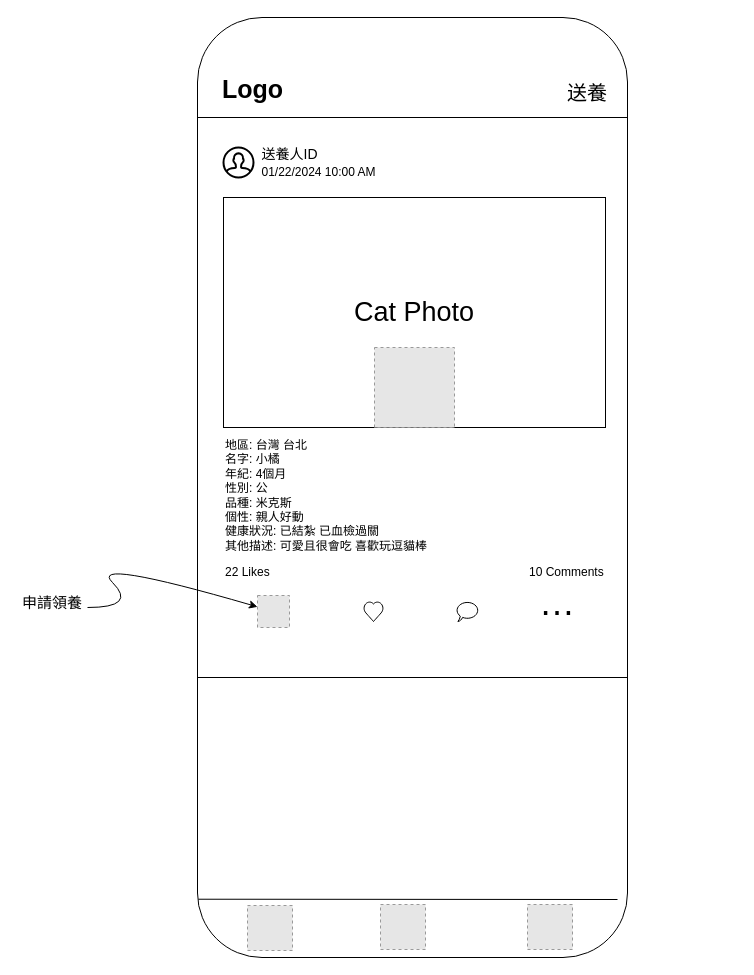
Before: page "領養頁面" (3 of 6) of MyApps/PetAdotion.drawio in vinceliao99/MyDiagrams, a draw.io diagram. Source tidied: cells renumbered, new cells numbered last; positions are measured from the earlier drawing's top-left corner, leaving out a move shared by most shapes. Both pictures are drawn from the tidied source at 100%, with x=0, y=0 at pixel (17, 17). Pictures stored in the file or linked from it are replaced by grey dashed boxes.
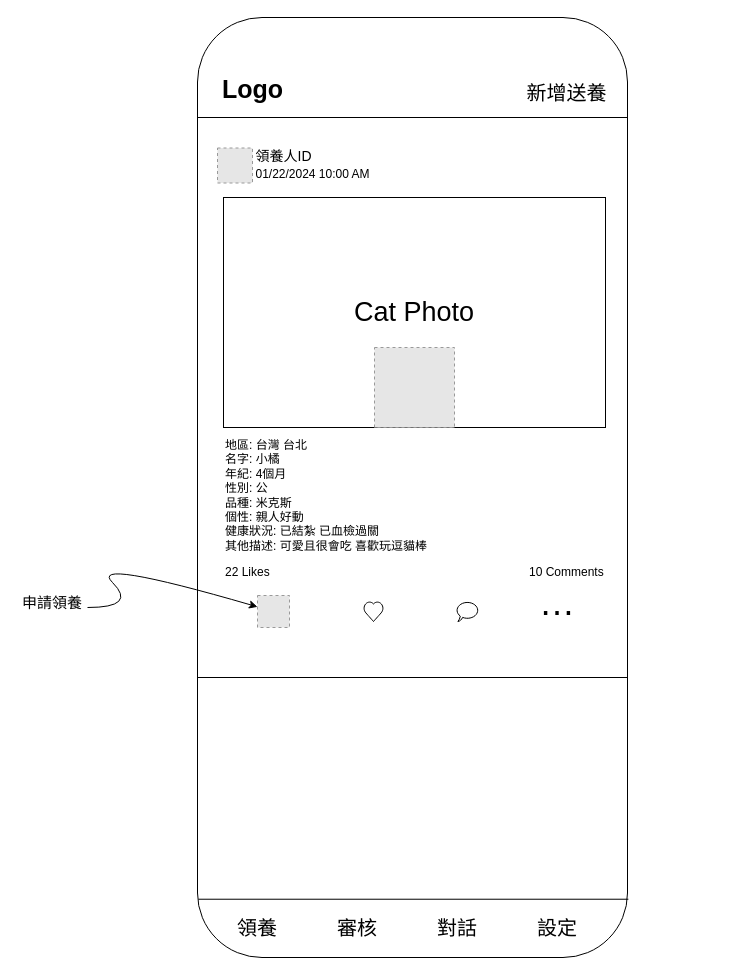
After the change.

The change refers to these unchanged cells:
```xml
<mxCell id="2" style="rounded=1;whiteSpace=wrap;html=1;" parent="1" vertex="1">
  <mxGeometry x="180" width="430" height="940" as="geometry" />
</mxCell>
<mxCell id="4" style="group;" parent="1" vertex="1">
  <mxGeometry x="180" y="100" width="540" height="610" as="geometry" />
</mxCell>
<mxCell id="21" style="group;" parent="1" vertex="1">
  <mxGeometry x="210" y="882" width="390" height="55" as="geometry" />
</mxCell>
```

Change to the diagram source:
```diff
@@
-    <mxCell id="7" style="group;" parent="4" vertex="1">
-      <mxGeometry x="26" y="22" width="160" height="48" as="geometry" />
-    </mxCell>
-    <mxCell id="8" style="html=1;verticalLabelPosition=bottom;align=center;labelBackgroundColor=#ffffff;verticalAlign=top;strokeWidth=2;strokeColor=#000000;shadow=0;dashed=0;shape=mxgraph.ios7.icons.user;" parent="7" vertex="1">
-      <mxGeometry y="8" width="30" height="30" as="geometry" />
-    </mxCell>
-    <mxCell id="9" value="&lt;span style=&quot;font-size: 14px;&quot;&gt;送養人ID&lt;/span&gt;" style="text;html=1;strokeColor=none;fillColor=none;align=center;verticalAlign=middle;whiteSpace=wrap;rounded=0;" parent="7" vertex="1">
-      <mxGeometry x="32" width="69" height="30" as="geometry" />
-    </mxCell>
-    <mxCell id="10" value="01/22/2024 10:00 AM" style="text;html=1;strokeColor=none;fillColor=none;align=center;verticalAlign=middle;whiteSpace=wrap;rounded=0;" parent="7" vertex="1">
-      <mxGeometry x="31" y="18" width="129" height="30" as="geometry" />
-    </mxCell>
@@
+    <mxCell id="26" value="&lt;font style=&quot;font-size: 20px;&quot;&gt;領養&lt;/font&gt;" style="text;html=1;strokeColor=none;fillColor=none;align=center;verticalAlign=middle;whiteSpace=wrap;rounded=0;" parent="1" vertex="1">
+      <mxGeometry x="210" y="894.5" width="60" height="30" as="geometry" />
+    </mxCell>
+    <mxCell id="27" style="group;" parent="1" vertex="1">
+      <mxGeometry x="200" y="124" width="160" height="48" as="geometry" />
+    </mxCell>
+    <mxCell id="28" value="&lt;span style=&quot;font-size: 14px;&quot;&gt;領養人ID&lt;/span&gt;" style="text;html=1;strokeColor=none;fillColor=none;align=center;verticalAlign=middle;whiteSpace=wrap;rounded=0;" parent="27" vertex="1">
+      <mxGeometry x="32" width="69" height="30" as="geometry" />
+    </mxCell>
+    <mxCell id="10" value="01/22/2024 10:00 AM" style="text;html=1;strokeColor=none;fillColor=none;align=center;verticalAlign=middle;whiteSpace=wrap;rounded=0;" parent="27" vertex="1">
+      <mxGeometry x="31" y="18" width="129" height="30" as="geometry" />
+    </mxCell>
+    <mxCell id="29" style="fillColor=#E6E6E6;strokeColor=#999999;dashed=1;verticalLabelPosition=bottom;labelBackgroundColor=default;verticalAlign=top;" parent="27" vertex="1">
+      <mxGeometry y="6.5" width="35" height="35" as="geometry" />
+    </mxCell>
-    <mxCell id="22" style="endArrow=none;html=1;rounded=0;exitX=0.002;exitY=0.938;exitDx=0;exitDy=0;exitPerimeter=0;" parent="21" edge="1" source="2">
-      <mxGeometry relative="1" as="geometry">
-        <mxPoint x="390" as="targetPoint" />
-      </mxGeometry>
+    <mxCell id="22" style="endArrow=none;html=1;rounded=0;exitX=0.002;exitY=0.938;exitDx=0;exitDy=0;exitPerimeter=0;entryX=1.002;entryY=0.938;entryDx=0;entryDy=0;entryPerimeter=0;" parent="1" edge="1" source="2" target="2">
+      <mxGeometry relative="1" as="geometry" />
     </mxCell>
-    <mxCell id="23" style="fillColor=#E6E6E6;strokeColor=#999999;dashed=1;verticalLabelPosition=bottom;labelBackgroundColor=default;verticalAlign=top;" parent="21" vertex="1">
-      <mxGeometry x="153" y="5" width="45" height="45" as="geometry" />
-    </mxCell>
-    <mxCell id="24" style="fillColor=#E6E6E6;strokeColor=#999999;dashed=1;verticalLabelPosition=bottom;labelBackgroundColor=default;verticalAlign=top;" parent="1" vertex="1">
-      <mxGeometry x="510" y="887" width="45" height="45" as="geometry" />
-    </mxCell>
-    <mxCell id="25" style="fillColor=#E6E6E6;strokeColor=#999999;dashed=1;verticalLabelPosition=bottom;labelBackgroundColor=default;verticalAlign=top;" parent="1" vertex="1">
-      <mxGeometry x="230" y="888" width="45" height="45" as="geometry" />
-    </mxCell>
-    <mxCell id="26" value="&lt;font style=&quot;font-size: 20px;&quot;&gt;送養&lt;/font&gt;" style="text;html=1;strokeColor=none;fillColor=none;align=center;verticalAlign=middle;whiteSpace=wrap;rounded=0;" parent="1" vertex="1">
-      <mxGeometry x="540" y="60" width="60" height="30" as="geometry" />
-    </mxCell>
+    <mxCell id="30" value="&lt;span style=&quot;font-size: 20px;&quot;&gt;審核&lt;/span&gt;" style="text;html=1;strokeColor=none;fillColor=none;align=center;verticalAlign=middle;whiteSpace=wrap;rounded=0;" parent="1" vertex="1">
+      <mxGeometry x="310" y="894.5" width="60" height="30" as="geometry" />
+    </mxCell>
+    <mxCell id="31" value="&lt;span style=&quot;font-size: 20px;&quot;&gt;對話&lt;/span&gt;" style="text;html=1;strokeColor=none;fillColor=none;align=center;verticalAlign=middle;whiteSpace=wrap;rounded=0;" parent="1" vertex="1">
+      <mxGeometry x="410" y="894.5" width="60" height="30" as="geometry" />
+    </mxCell>
+    <mxCell id="32" value="&lt;span style=&quot;font-size: 20px;&quot;&gt;設定&lt;/span&gt;" style="text;html=1;strokeColor=none;fillColor=none;align=center;verticalAlign=middle;whiteSpace=wrap;rounded=0;" parent="1" vertex="1">
+      <mxGeometry x="510" y="894.5" width="60" height="30" as="geometry" />
+    </mxCell>
+    <mxCell id="33" value="&lt;font style=&quot;font-size: 20px;&quot;&gt;新增送養&lt;/font&gt;" style="text;html=1;strokeColor=none;fillColor=none;align=center;verticalAlign=middle;whiteSpace=wrap;rounded=0;" parent="1" vertex="1">
+      <mxGeometry x="500" y="60" width="99" height="30" as="geometry" />
+    </mxCell>
```
